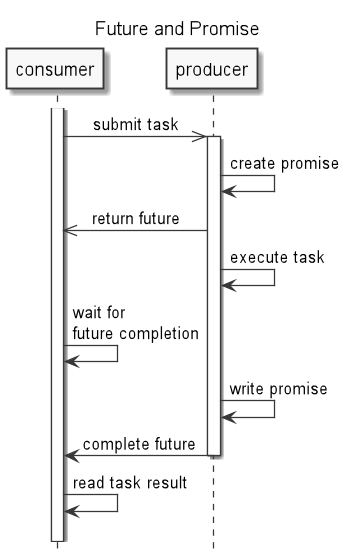
The PlantUML diagram images/future_and_promise.png in ti-cortex-m4/demo-java-completablefuture, before a commit.
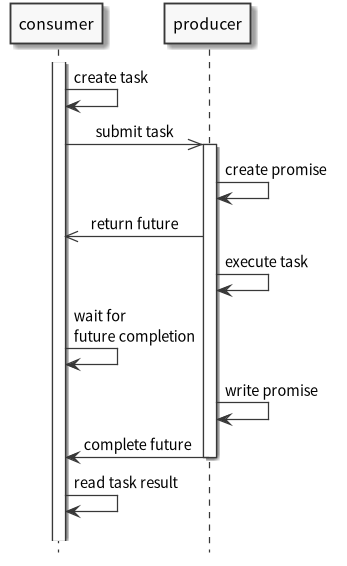
Above is the later version.

The edit, as a diff of the source:
```diff
@@ -1,6 +1,5 @@
 @startuml
-scale 1.1
-title Future and Promise
+scale 1.0
 hide footbox
 skinparam monochrome true
 skinparam defaultFontName Source Sans Pro
@@ -8,6 +7,7 @@
 skinparam sequenceMessageAlign center
 
 activate consumer
+consumer->consumer: create task
 consumer->>producer: submit task
 activate producer
 producer->producer: create promise
```
